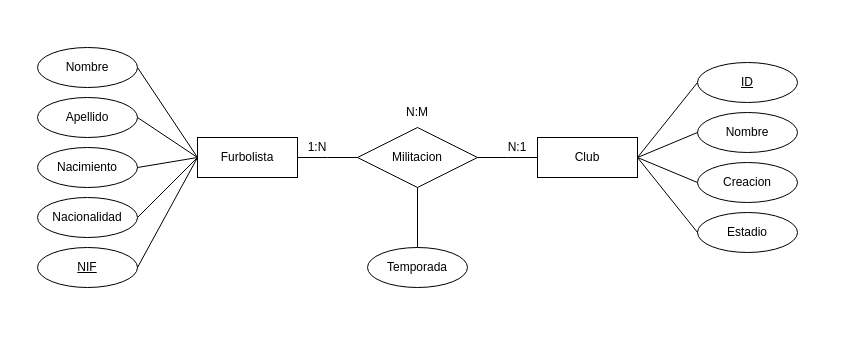
The draw.io diagram Docs/BBDD/EsquemaER.drawio in alnazo/ProyectoIntermodular, before the edit. Source tidied: cells renumbered, new cells numbered last; positions are measured from the earlier drawing's top-left corner, leaving out a move shared by most shapes. Both pictures are drawn from the tidied source at 100%, with x=0, y=0 at pixel (37, 47).
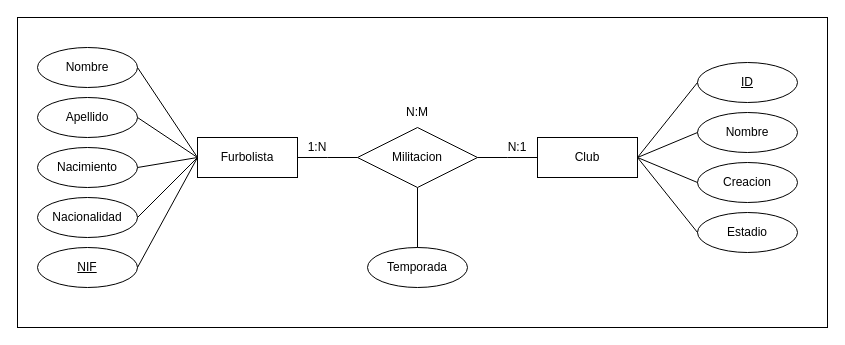
After the change.

The edit, as a diff of the source:
```diff
@@
+    <mxCell id="30" style="whiteSpace=wrap;html=1;" parent="1" vertex="1">
+      <mxGeometry x="-20" y="-30" width="810" height="310" as="geometry" />
+    </mxCell>
```
